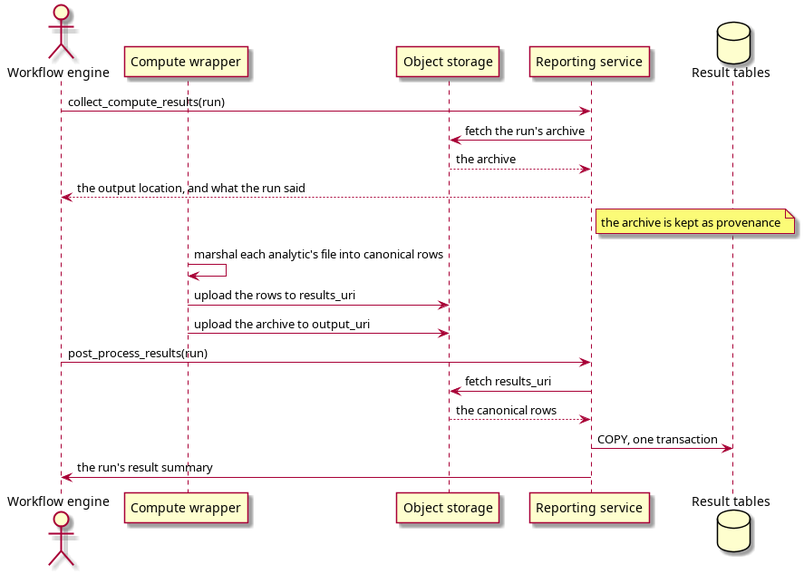
OreStudio/OreStudio keeps this PlantUML diagram as doc/knowledge/architecture/report_post_processing_interaction.png. Above is the earlier version. Its source is kept beside it as doc/knowledge/architecture/report_post_processing_interaction.puml.
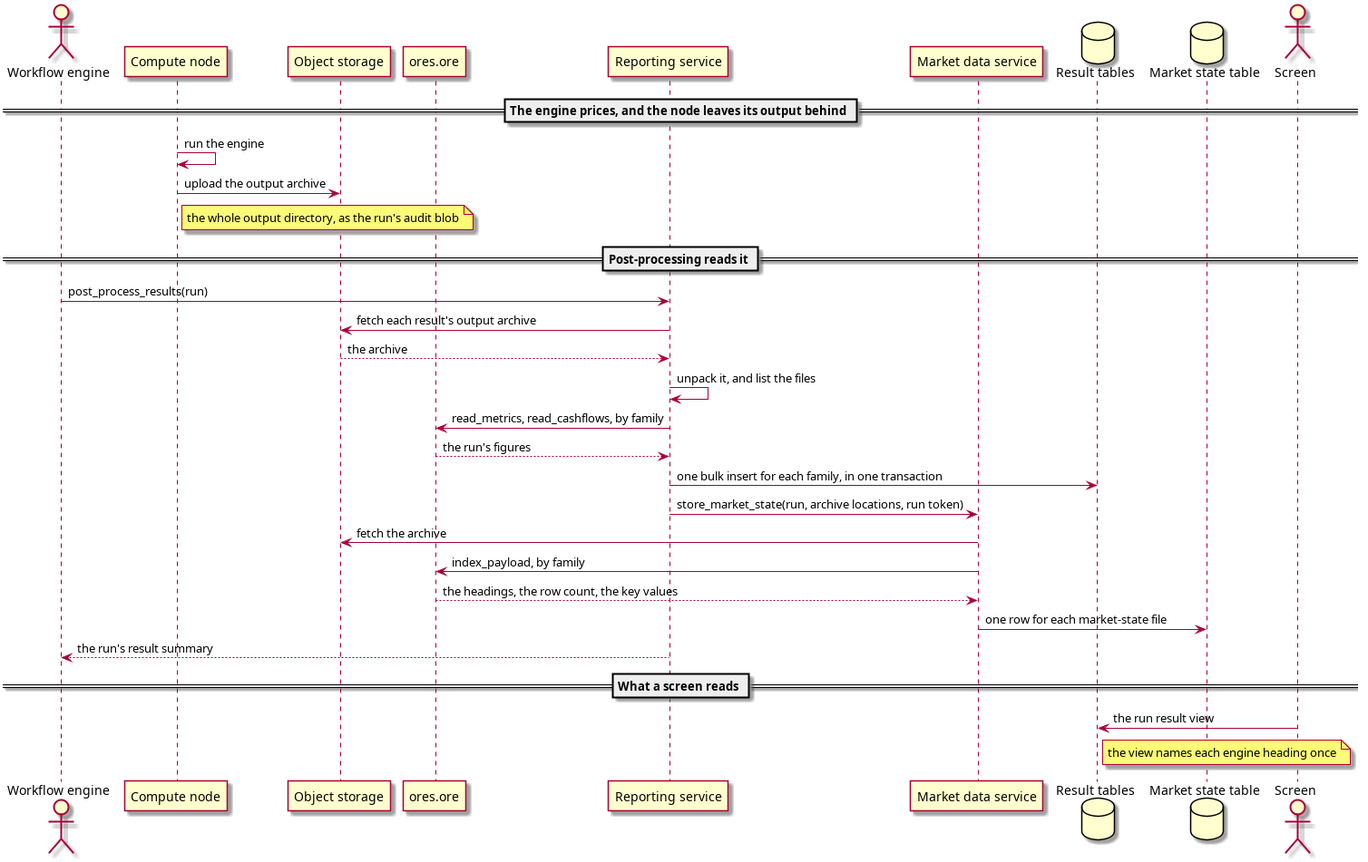
The same file after the commit.

Commit message:
[agile] Plan the result store's throughput and state the flow

Diff of the diagram source:
```diff
@@ -1,22 +1,35 @@
 @startuml
 actor "Workflow engine" as wf
-participant "Compute wrapper" as wrapper
+participant "Compute node" as node
 participant "Object storage" as store
+participant "ores.ore" as ore
 participant "Reporting service" as reporting
+participant "Market data service" as marketdata
 database "Result tables" as results
+database "Market state table" as state
 
-wf -> reporting : collect_compute_results(run)
-reporting -> store : fetch the run's archive
+== The engine prices, and the node leaves its output behind ==
+node -> node : run the engine
+node -> store : upload the output archive
+note right of node : the whole output directory, as the run's audit blob
+
+== Post-processing reads it ==
+wf -> reporting : post_process_results(run)
+reporting -> store : fetch each result's output archive
 store --> reporting : the archive
-reporting --> wf : the output location, and what the run said
-note right of reporting : the archive is kept as provenance
+reporting -> reporting : unpack it, and list the files
+reporting -> ore : read_metrics, read_cashflows, by family
+ore --> reporting : the run's figures
+reporting -> results : one bulk insert for each family, in one transaction
+reporting -> marketdata : store_market_state(run, archive locations, run token)
+marketdata -> store : fetch the archive
+marketdata -> ore : index_payload, by family
+ore --> marketdata : the headings, the row count, the key values
+marketdata -> state : one row for each market-state file
+reporting --> wf : the run's result summary
 
-wrapper -> wrapper : marshal each analytic's file into canonical rows
-wrapper -> store : upload the rows to results_uri
-wrapper -> store : upload the archive to output_uri
-wf -> reporting : post_process_results(run)
-reporting -> store : fetch results_uri
-store --> reporting : the canonical rows
-reporting -> results : COPY, one transaction
-reporting -> wf : the run's result summary
+== What a screen reads ==
+actor "Screen" as screen
+screen -> results : the run result view
+note right of results : the view names each engine heading once
 @enduml
```
